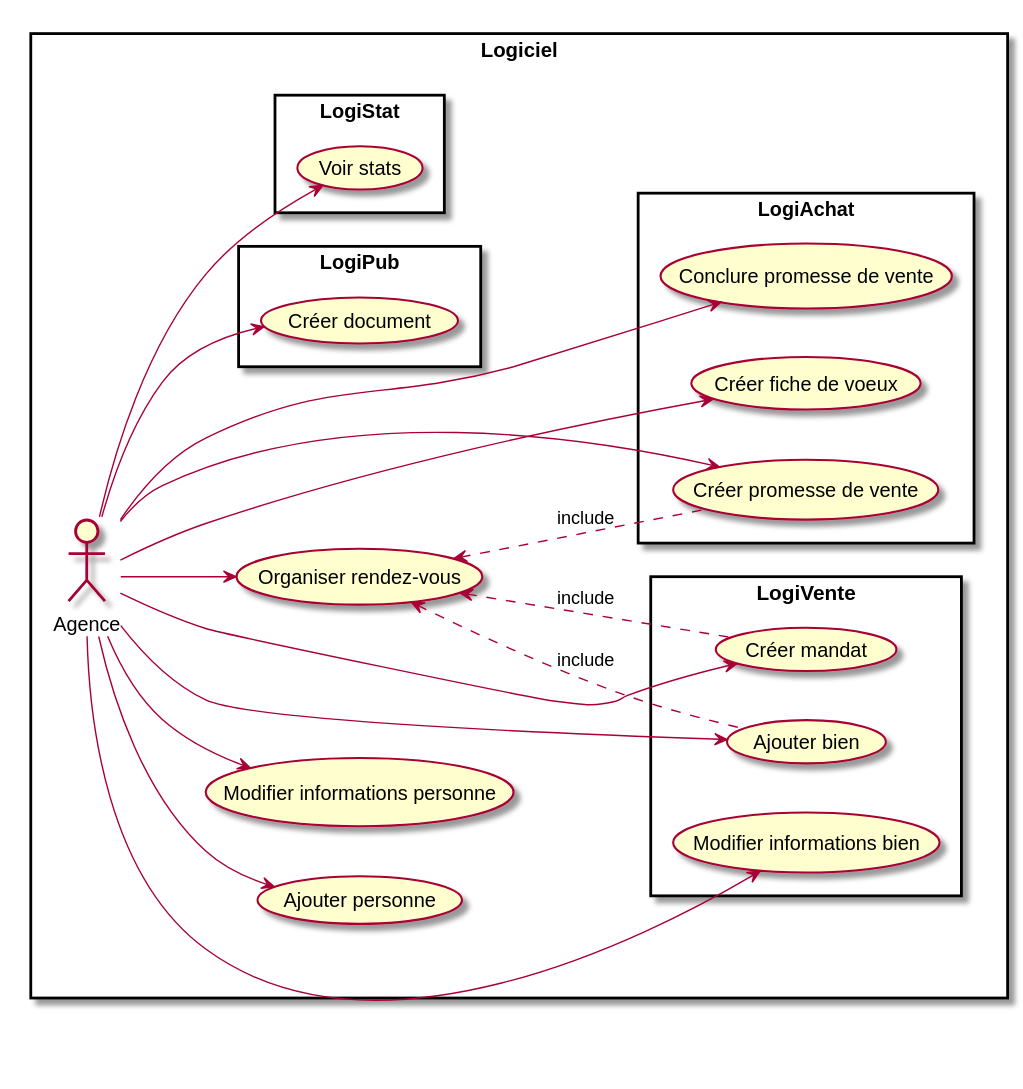
Earlier version of the PlantUML export DOC/UML/diagUseCase.svg (DenisGuiraudet/MIASHS_UML_PTUT).
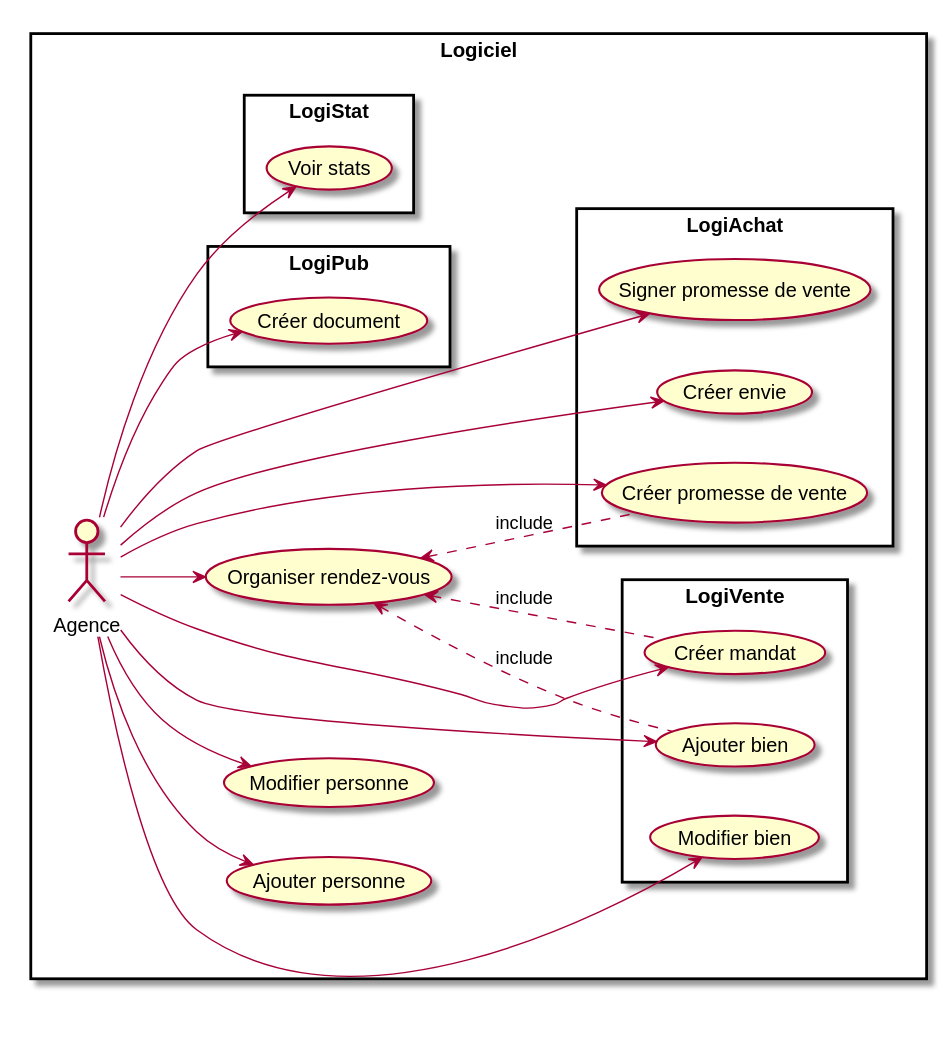
After the change.

Diff of the diagram source:
```diff
@@ -6,32 +6,32 @@
 
   (Organiser rendez-vous)
 
-    Agence --> (Ajouter personne)
-    Agence --> (Modifier informations personne)
-    Agence --> (Organiser rendez-vous)
+  Agence --> (Ajouter personne)
+  Agence --> (Modifier personne)
+  Agence --> (Organiser rendez-vous)
 
+  rectangle "LogiVente"{
+    Agence --> (Ajouter bien)
+    (Ajouter bien) .up.> (Organiser rendez-vous) : include
+    Agence --> (Modifier bien)
+    Agence --> (Créer mandat)
+    (Créer mandat) .up.> (Organiser rendez-vous) : include
+  }
 
-    rectangle "LogiVente"{
-        Agence --> (Ajouter bien)
-        (Ajouter bien) .up.> (Organiser rendez-vous) : include
-        Agence --> (Modifier informations bien)
-        Agence --> (Créer mandat)
-        (Créer mandat) .up.> (Organiser rendez-vous) : include
+  rectangle "LogiAchat"{
+    Agence --> (Créer promesse de vente)
+    Agence --> (Créer envie)
+    (Créer promesse de vente) .up.> (Organiser rendez-vous) : include
+    Agence --> (Signer promesse de vente)
+  }
 
-    }
-    rectangle "LogiAchat"{
-        Agence --> (Créer fiche de voeux)
-        Agence --> (Créer promesse de vente)
-        (Créer promesse de vente) .up.> (Organiser rendez-vous) : include
-        Agence --> (Conclure promesse de vente)
-    }
+  rectangle "LogiPub"{
+    Agence --> (Créer document)
+  }
 
-    rectangle "LogiPub"{
-        Agence --> (Créer document)
-    }
-    rectangle "LogiStat"{
-        Agence --> (Voir stats)
-    }
+  rectangle "LogiStat"{
+    Agence --> (Voir stats)
+  }
 
 }
 
```
